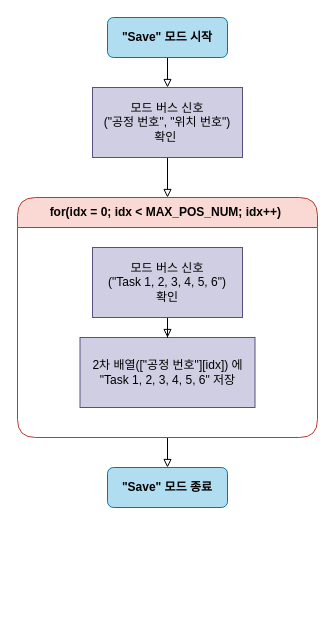
This is page "페이지-2" (2 of 3) of 제목 없는 다이어그램.drawio from LeeJuMyeong/Documents, a draw.io file, before an edit. Source tidied: cells renumbered, new cells numbered last; positions are measured from the earlier drawing's top-left corner, leaving out a move shared by most shapes. Both pictures are drawn from the tidied source at 100%, with x=0, y=0 at pixel (17, 17).
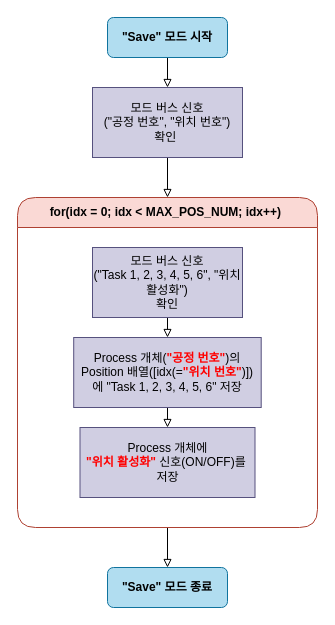
The same page after the edit.

Diff of the diagram source:
```diff
@@
 <mxGraphModel>
   <root>
     <mxCell id="0" />
     <mxCell id="1" parent="0" />
     <mxCell id="2" style="edgeStyle=orthogonalEdgeStyle;rounded=0;jettySize=auto;html=1;exitX=0.5;exitY=1;exitDx=0;exitDy=0;endArrow=block;endFill=0;entryX=0.5;entryY=0;entryDx=0;entryDy=0;" parent="1" edge="1" source="3" target="5">
       <mxGeometry relative="1" as="geometry" />
     </mxCell>
     <mxCell id="3" value="&quot;Save&quot; 모드 시작" style="rounded=1;whiteSpace=wrap;html=1;fillColor=#b1ddf0;strokeColor=#10739e;fontStyle=1;" parent="1" vertex="1">
       <mxGeometry x="90" width="120" height="40" as="geometry" />
     </mxCell>
     <mxCell id="4" style="edgeStyle=orthogonalEdgeStyle;rounded=0;jettySize=auto;html=1;entryX=0.5;entryY=0;entryDx=0;entryDy=0;endArrow=block;endFill=0;" parent="1" edge="1" source="5" target="7">
       <mxGeometry relative="1" as="geometry" />
     </mxCell>
     <mxCell id="5" value="모드 버스 신호 &lt;br&gt;(&quot;공정 번호&quot;, &quot;위치 번호&quot;) &lt;br&gt;확인&amp;nbsp;" style="rounded=0;whiteSpace=wrap;html=1;fillColor=#d0cee2;strokeColor=#56517e;" parent="1" vertex="1">
       <mxGeometry x="75" y="70" width="150" height="70" as="geometry" />
     </mxCell>
     <mxCell id="6" style="edgeStyle=orthogonalEdgeStyle;rounded=0;jettySize=auto;html=1;exitX=0.5;exitY=1;exitDx=0;exitDy=0;endArrow=block;endFill=0;entryX=0.5;entryY=0;entryDx=0;entryDy=0;" parent="1" edge="1" source="7" target="11">
       <mxGeometry relative="1" as="geometry" />
     </mxCell>
     <mxCell id="7" value="for(idx = 0; idx &amp;lt; MAX_POS_NUM; idx++)&amp;nbsp;" style="swimlane;whiteSpace=wrap;html=1;rounded=1;labelBackgroundColor=none;labelBorderColor=none;fillColor=#fad9d5;strokeColor=#ae4132;startSize=30;arcSize=20;" parent="1" vertex="1">
-      <mxGeometry y="180" width="300" height="240" as="geometry" />
+      <mxGeometry y="180" width="300" height="330" as="geometry" />
     </mxCell>
+    <mxCell id="12" style="edgeStyle=orthogonalEdgeStyle;rounded=0;jettySize=auto;html=1;entryX=0.5;entryY=0;entryDx=0;entryDy=0;endArrow=block;endFill=0;" parent="7" edge="1" source="8" target="13">
+      <mxGeometry relative="1" as="geometry" />
+    </mxCell>
-    <mxCell id="8" value="2차 배열([&quot;공정 번호&quot;][idx]) 에 &quot;Task 1, 2, 3, 4, 5, 6&quot; 저장" style="rounded=0;whiteSpace=wrap;html=1;fillColor=#d0cee2;strokeColor=#56517e;" parent="7" vertex="1">
-      <mxGeometry x="62.5" y="140" width="175" height="70" as="geometry" />
+    <mxCell id="8" value="Process 개체(&lt;b&gt;&lt;font color=&quot;#ff0000&quot;&gt;&quot;공정 번호&quot;&lt;/font&gt;&lt;/b&gt;)의&lt;br&gt;Position 배열([idx(=&lt;font color=&quot;#ff0000&quot;&gt;&lt;b&gt;&quot;위치 번호&quot;&lt;/b&gt;&lt;/font&gt;)]) 에 &quot;Task 1, 2, 3, 4, 5, 6&quot; 저장" style="rounded=0;whiteSpace=wrap;html=1;fillColor=#d0cee2;strokeColor=#56517e;" parent="7" vertex="1">
+      <mxGeometry x="56.2" y="140" width="187.5" height="70" as="geometry" />
     </mxCell>
     <mxCell id="9" style="edgeStyle=orthogonalEdgeStyle;rounded=0;jettySize=auto;html=1;endArrow=block;endFill=0;" parent="7" edge="1" source="10" target="8">
       <mxGeometry relative="1" as="geometry" />
     </mxCell>
-    <mxCell id="10" value="모드 버스 신호&lt;br&gt;(&quot;Task 1, 2, 3, 4, 5, 6&quot;)&lt;br&gt;확인" style="rounded=0;whiteSpace=wrap;html=1;fillColor=#d0cee2;strokeColor=#56517e;" parent="7" vertex="1">
+    <mxCell id="10" value="모드 버스 신호&lt;br&gt;(&quot;Task 1, 2, 3, 4, 5, 6&quot;, &quot;위치 활성화&quot;)&lt;br&gt;확인" style="rounded=0;whiteSpace=wrap;html=1;fillColor=#d0cee2;strokeColor=#56517e;" parent="7" vertex="1">
       <mxGeometry x="75" y="50" width="150" height="70" as="geometry" />
     </mxCell>
+    <mxCell id="13" value="Process 개체에 &lt;br&gt;&lt;b&gt;&lt;font color=&quot;#ff0000&quot;&gt;&quot;위치 활성화&quot;&lt;/font&gt;&lt;/b&gt; 신호(ON/OFF)를&amp;nbsp; 저장" style="rounded=0;whiteSpace=wrap;html=1;fillColor=#d0cee2;strokeColor=#56517e;" parent="7" vertex="1">
+      <mxGeometry x="62.5" y="230" width="175" height="70" as="geometry" />
+    </mxCell>
     <mxCell id="11" value="&quot;Save&quot; 모드 종료" style="rounded=1;whiteSpace=wrap;html=1;fillColor=#b1ddf0;strokeColor=#10739e;fontStyle=1;" parent="1" vertex="1">
-      <mxGeometry x="90" y="450" width="120" height="40" as="geometry" />
+      <mxGeometry x="90" y="550" width="120" height="40" as="geometry" />
     </mxCell>
   </root>
 </mxGraphModel>
```
